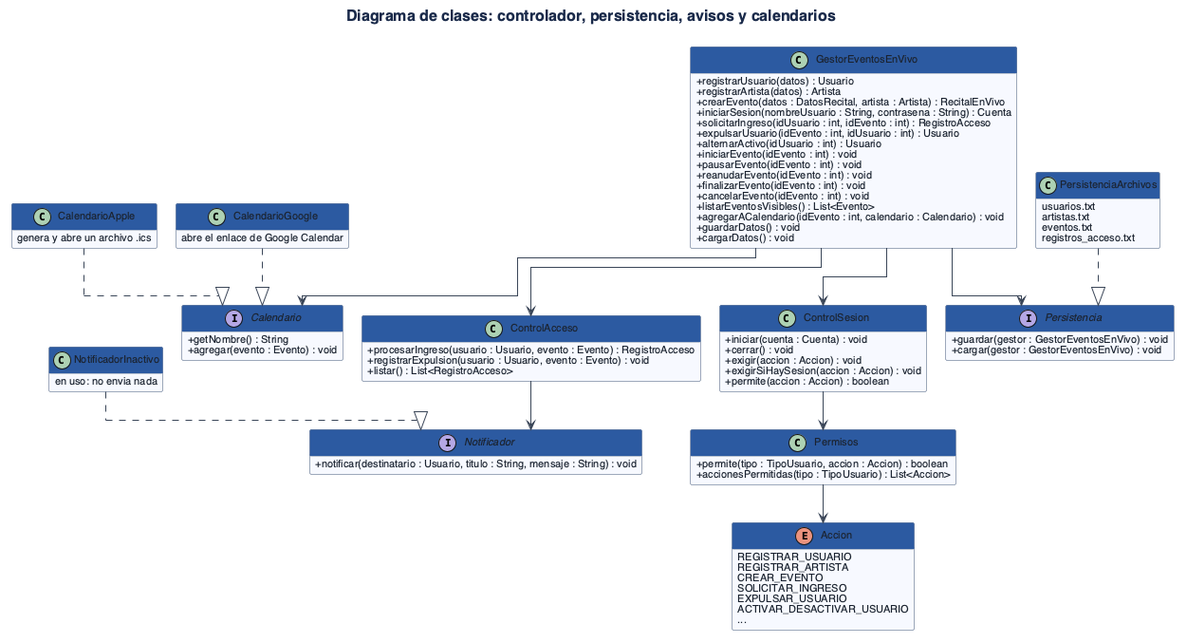
Earlier version of the PlantUML export TP/Grupo9_POO_Diagramas_Pdf/imagenes/clases-controlador.png (lferraro1103/Proceso-de-desarrollo-de-sosftware).
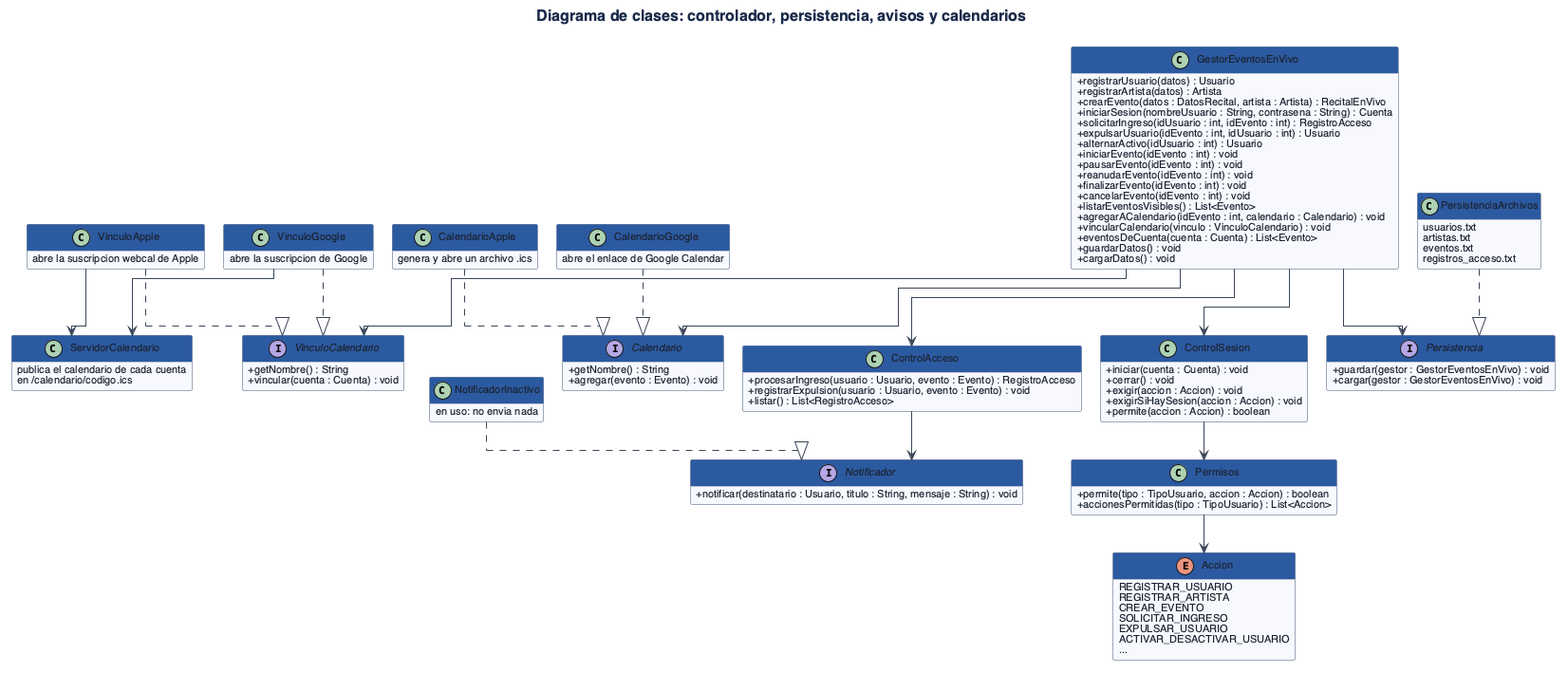
After the commit.

The edit, as a diff of the source:
```diff
@@ -17,6 +17,8 @@
   +cancelarEvento(idEvento : int) : void
   +listarEventosVisibles() : List<Evento>
   +agregarACalendario(idEvento : int, calendario : Calendario) : void
+  +vincularCalendario(vinculo : VinculoCalendario) : void
+  +eventosDeCuenta(cuenta : Cuenta) : List<Evento>
   +guardarDatos() : void
   +cargarDatos() : void
 }
@@ -64,6 +66,11 @@
   +agregar(evento : Evento) : void
 }
 
+interface VinculoCalendario {
+  +getNombre() : String
+  +vincular(cuenta : Cuenta) : void
+}
+
 class PersistenciaArchivos {
   usuarios.txt
   artistas.txt
@@ -79,6 +86,19 @@
   abre el enlace de Google Calendar
 }
 
+class VinculoGoogle {
+  abre la suscripcion de Google
+}
+
+class VinculoApple {
+  abre la suscripcion webcal de Apple
+}
+
+class ServidorCalendario {
+  publica el calendario de cada cuenta
+  en /calendario/codigo.ics
+}
+
 class CalendarioApple {
   genera y abre un archivo .ics
 }
@@ -87,6 +107,9 @@
 GestorEventosEnVivo --> ControlSesion
 GestorEventosEnVivo --> Persistencia
 GestorEventosEnVivo --> Calendario
+GestorEventosEnVivo --> VinculoCalendario
+VinculoGoogle --> ServidorCalendario
+VinculoApple --> ServidorCalendario
 ControlAcceso --> Notificador
 ControlSesion --> Permisos
 Permisos --> Accion
@@ -94,4 +117,6 @@
 NotificadorInactivo ..|> Notificador
 CalendarioGoogle ..|> Calendario
 CalendarioApple ..|> Calendario
+VinculoGoogle ..|> VinculoCalendario
+VinculoApple ..|> VinculoCalendario
 @enduml
```
